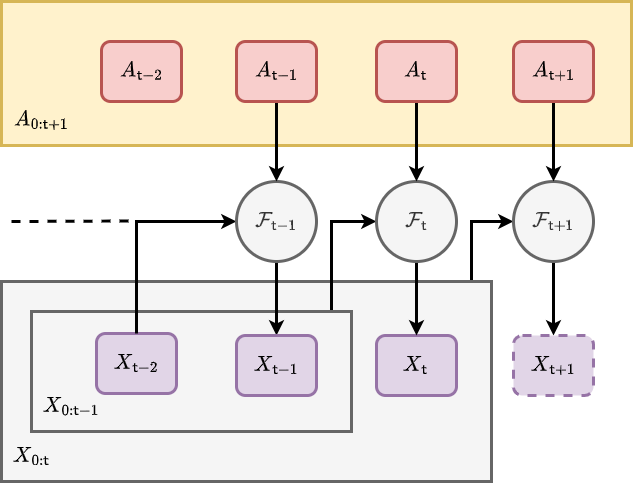
Earlier version of the draw.io export images/chapter-9-fundamental-loop-with-actions.drawio.png (umbralcalc/worlds-of-observation). Source tidied: cells renumbered, new cells last; positions are measured from the earlier drawing's top-left corner, leaving out a move shared by most shapes. Its diagram source:
```xml
<mxGraphModel math="1">
  <root>
    <mxCell id="0" />
    <mxCell id="1" parent="0" />
    <mxCell id="2" style="edgeStyle=orthogonalEdgeStyle;rounded=0;jettySize=auto;html=1;entryX=0;entryY=0.5;entryDx=0;entryDy=0;strokeWidth=3;" parent="1" edge="1" source="3" target="7">
      <mxGeometry relative="1" as="geometry">
        <Array as="points">
          <mxPoint x="470" y="220" />
        </Array>
      </mxGeometry>
    </mxCell>
    <mxCell id="3" style="rounded=0;whiteSpace=wrap;html=1;strokeWidth=3;fontSize=18;fillColor=#f5f5f5;strokeColor=#666666;fontColor=#333333;" parent="1" vertex="1">
      <mxGeometry y="280" width="490" height="200" as="geometry" />
    </mxCell>
    <mxCell id="4" style="edgeStyle=orthogonalEdgeStyle;rounded=0;jettySize=auto;html=1;entryX=0;entryY=0.5;entryDx=0;entryDy=0;strokeWidth=3;" parent="1" edge="1" source="5" target="18">
      <mxGeometry relative="1" as="geometry">
        <Array as="points">
          <mxPoint x="330" y="220" />
        </Array>
      </mxGeometry>
    </mxCell>
    <mxCell id="5" style="rounded=0;whiteSpace=wrap;html=1;strokeWidth=3;fontSize=18;fillColor=#f5f5f5;strokeColor=#666666;fontColor=#333333;" parent="1" vertex="1">
      <mxGeometry x="30" y="310" width="320" height="120" as="geometry" />
    </mxCell>
    <mxCell id="6" style="edgeStyle=orthogonalEdgeStyle;rounded=0;jettySize=auto;html=1;entryX=0.5;entryY=0;entryDx=0;entryDy=0;fontSize=18;strokeWidth=3;" parent="1" edge="1" source="7" target="10">
      <mxGeometry relative="1" as="geometry" />
    </mxCell>
    <mxCell id="7" value="&lt;font style=&quot;font-size: 18px;&quot;&gt;$${\cal F}_{{\sf t}+1}$$&lt;/font&gt;" style="ellipse;whiteSpace=wrap;html=1;fillColor=#f5f5f5;fontColor=#333333;strokeColor=#666666;strokeWidth=3;" parent="1" vertex="1">
      <mxGeometry x="512" y="180" width="80" height="80" as="geometry" />
    </mxCell>
    <mxCell id="8" value="$$X_{{\sf t}-2}$$" style="rounded=1;whiteSpace=wrap;html=1;strokeWidth=3;fontSize=18;fillColor=#e1d5e7;strokeColor=#9673a6;" parent="1" vertex="1">
      <mxGeometry x="95" y="332" width="80" height="60" as="geometry" />
    </mxCell>
    <mxCell id="9" value="$$X_{{\sf t}}$$" style="rounded=1;whiteSpace=wrap;html=1;strokeWidth=3;fontSize=18;fillColor=#e1d5e7;strokeColor=#9673a6;" parent="1" vertex="1">
      <mxGeometry x="375" y="334" width="80" height="60" as="geometry" />
    </mxCell>
    <mxCell id="10" value="$$X_{{\sf t}+1}$$" style="rounded=1;whiteSpace=wrap;html=1;strokeWidth=3;fontSize=18;fillColor=#e1d5e7;strokeColor=#9673a6;dashed=1;" parent="1" vertex="1">
      <mxGeometry x="512" y="334" width="80" height="60" as="geometry" />
    </mxCell>
    <mxCell id="11" style="endArrow=none;html=1;rounded=0;strokeWidth=3;fontSize=18;dashed=1;" parent="1" edge="1">
      <mxGeometry relative="1" as="geometry">
        <mxPoint x="10" y="220" as="sourcePoint" />
        <mxPoint x="130" y="219.5" as="targetPoint" />
      </mxGeometry>
    </mxCell>
    <mxCell id="12" value="$$X_{0:{\sf t}-1}$$" style="text;html=1;strokeColor=none;fillColor=none;align=center;verticalAlign=middle;whiteSpace=wrap;rounded=0;fontSize=18;" parent="1" vertex="1">
      <mxGeometry x="40" y="390" width="60" height="30" as="geometry" />
    </mxCell>
    <mxCell id="13" style="rounded=0;whiteSpace=wrap;html=1;strokeWidth=3;fontSize=18;fillColor=#fff2cc;strokeColor=#d6b656;" parent="1" vertex="1">
      <mxGeometry width="630" height="144" as="geometry" />
    </mxCell>
    <mxCell id="14" value="$$A_{0:{\sf t}+1}$$" style="text;html=1;strokeColor=none;fillColor=none;align=center;verticalAlign=middle;whiteSpace=wrap;rounded=0;fontSize=18;" parent="1" vertex="1">
      <mxGeometry x="10" y="104" width="60" height="30" as="geometry" />
    </mxCell>
    <mxCell id="15" style="edgeStyle=orthogonalEdgeStyle;rounded=0;jettySize=auto;html=1;entryX=0.5;entryY=0;entryDx=0;entryDy=0;strokeWidth=3;" parent="1" edge="1" source="16" target="7">
      <mxGeometry relative="1" as="geometry" />
    </mxCell>
    <mxCell id="16" value="$$A_{{\sf t}+1}$$" style="rounded=1;whiteSpace=wrap;html=1;strokeWidth=3;fontSize=18;fillColor=#f8cecc;strokeColor=#b85450;" parent="1" vertex="1">
      <mxGeometry x="512" y="40" width="80" height="60" as="geometry" />
    </mxCell>
    <mxCell id="17" style="edgeStyle=orthogonalEdgeStyle;rounded=0;jettySize=auto;html=1;entryX=0.5;entryY=0;entryDx=0;entryDy=0;strokeWidth=3;" parent="1" edge="1" source="18" target="9">
      <mxGeometry relative="1" as="geometry" />
    </mxCell>
    <mxCell id="18" value="&lt;font style=&quot;font-size: 18px;&quot;&gt;$${\cal F}_{{\sf t}}$$&lt;/font&gt;" style="ellipse;whiteSpace=wrap;html=1;fillColor=#f5f5f5;fontColor=#333333;strokeColor=#666666;strokeWidth=3;" parent="1" vertex="1">
      <mxGeometry x="375" y="180" width="80" height="80" as="geometry" />
    </mxCell>
    <mxCell id="19" style="edgeStyle=orthogonalEdgeStyle;rounded=0;jettySize=auto;html=1;entryX=0;entryY=0.5;entryDx=0;entryDy=0;strokeWidth=3;fontSize=18;exitX=0.5;exitY=0;exitDx=0;exitDy=0;" parent="1" edge="1" source="8" target="21">
      <mxGeometry relative="1" as="geometry" />
    </mxCell>
    <mxCell id="20" style="edgeStyle=orthogonalEdgeStyle;rounded=0;jettySize=auto;html=1;strokeWidth=3;" parent="1" edge="1" source="21" target="22">
      <mxGeometry relative="1" as="geometry" />
    </mxCell>
    <mxCell id="21" value="&lt;font style=&quot;font-size: 18px;&quot;&gt;$${\cal F}_{{\sf t}-1}$$&lt;/font&gt;" style="ellipse;whiteSpace=wrap;html=1;fillColor=#f5f5f5;fontColor=#333333;strokeColor=#666666;strokeWidth=3;" parent="1" vertex="1">
      <mxGeometry x="235" y="180" width="80" height="80" as="geometry" />
    </mxCell>
    <mxCell id="22" value="$$X_{{\sf t}-1}$$" style="rounded=1;whiteSpace=wrap;html=1;strokeWidth=3;fontSize=18;fillColor=#e1d5e7;strokeColor=#9673a6;" parent="1" vertex="1">
      <mxGeometry x="235" y="334" width="80" height="60" as="geometry" />
    </mxCell>
    <mxCell id="23" style="edgeStyle=orthogonalEdgeStyle;rounded=0;jettySize=auto;html=1;entryX=0.5;entryY=0;entryDx=0;entryDy=0;strokeWidth=3;" parent="1" edge="1" source="24" target="18">
      <mxGeometry relative="1" as="geometry" />
    </mxCell>
    <mxCell id="24" value="$$A_{{\sf t}}$$" style="rounded=1;whiteSpace=wrap;html=1;strokeWidth=3;fontSize=18;fillColor=#f8cecc;strokeColor=#b85450;" parent="1" vertex="1">
      <mxGeometry x="375" y="40" width="80" height="60" as="geometry" />
    </mxCell>
    <mxCell id="25" style="edgeStyle=orthogonalEdgeStyle;rounded=0;jettySize=auto;html=1;entryX=0.5;entryY=0;entryDx=0;entryDy=0;strokeWidth=3;" parent="1" edge="1" source="26" target="21">
      <mxGeometry relative="1" as="geometry" />
    </mxCell>
    <mxCell id="26" value="$$A_{{\sf t}-1}$$" style="rounded=1;whiteSpace=wrap;html=1;strokeWidth=3;fontSize=18;fillColor=#f8cecc;strokeColor=#b85450;" parent="1" vertex="1">
      <mxGeometry x="235" y="40" width="80" height="60" as="geometry" />
    </mxCell>
    <mxCell id="27" value="$$A_{{\sf t}-2}$$" style="rounded=1;whiteSpace=wrap;html=1;strokeWidth=3;fontSize=18;fillColor=#f8cecc;strokeColor=#b85450;" parent="1" vertex="1">
      <mxGeometry x="100" y="40" width="80" height="60" as="geometry" />
    </mxCell>
    <mxCell id="28" value="$$X_{0:{\sf t}}$$" style="text;html=1;strokeColor=none;fillColor=none;align=center;verticalAlign=middle;whiteSpace=wrap;rounded=0;fontSize=18;" parent="1" vertex="1">
      <mxGeometry y="440" width="60" height="30" as="geometry" />
    </mxCell>
  </root>
</mxGraphModel>
```
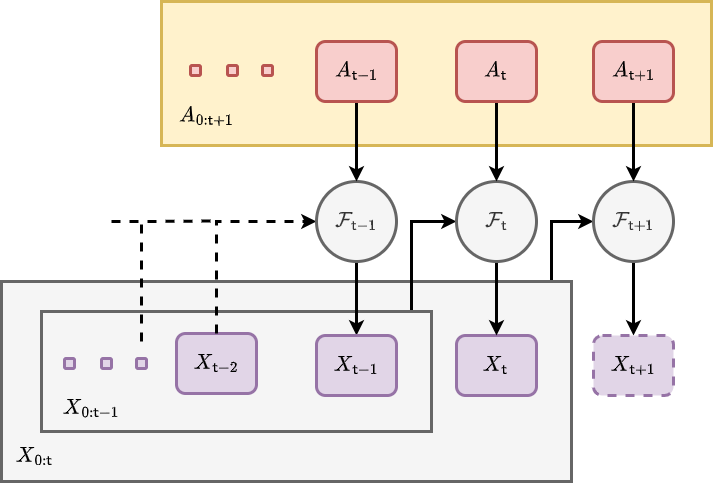
Above is the later version.

Change to the diagram source:
```diff
@@ -10,7 +10,7 @@
       </mxGeometry>
     </mxCell>
     <mxCell id="3" style="rounded=0;whiteSpace=wrap;html=1;strokeWidth=3;fontSize=18;fillColor=#f5f5f5;strokeColor=#666666;fontColor=#333333;" parent="1" vertex="1">
-      <mxGeometry y="280" width="490" height="200" as="geometry" />
+      <mxGeometry x="-80" y="280" width="570" height="200" as="geometry" />
     </mxCell>
     <mxCell id="4" style="edgeStyle=orthogonalEdgeStyle;rounded=0;jettySize=auto;html=1;entryX=0;entryY=0.5;entryDx=0;entryDy=0;strokeWidth=3;" parent="1" edge="1" source="5" target="18">
       <mxGeometry relative="1" as="geometry">
@@ -20,7 +20,7 @@
       </mxGeometry>
     </mxCell>
     <mxCell id="5" style="rounded=0;whiteSpace=wrap;html=1;strokeWidth=3;fontSize=18;fillColor=#f5f5f5;strokeColor=#666666;fontColor=#333333;" parent="1" vertex="1">
-      <mxGeometry x="30" y="310" width="320" height="120" as="geometry" />
+      <mxGeometry x="-40" y="310" width="390" height="120" as="geometry" />
     </mxCell>
     <mxCell id="6" style="edgeStyle=orthogonalEdgeStyle;rounded=0;jettySize=auto;html=1;entryX=0.5;entryY=0;entryDx=0;entryDy=0;fontSize=18;strokeWidth=3;" parent="1" edge="1" source="7" target="10">
       <mxGeometry relative="1" as="geometry" />
@@ -39,18 +39,21 @@
     </mxCell>
     <mxCell id="11" style="endArrow=none;html=1;rounded=0;strokeWidth=3;fontSize=18;dashed=1;" parent="1" edge="1">
       <mxGeometry relative="1" as="geometry">
-        <mxPoint x="10" y="220" as="sourcePoint" />
+        <mxPoint x="60" y="340" as="sourcePoint" />
         <mxPoint x="130" y="219.5" as="targetPoint" />
+        <Array as="points">
+          <mxPoint x="60" y="220" />
+        </Array>
       </mxGeometry>
     </mxCell>
     <mxCell id="12" value="$$X_{0:{\sf t}-1}$$" style="text;html=1;strokeColor=none;fillColor=none;align=center;verticalAlign=middle;whiteSpace=wrap;rounded=0;fontSize=18;" parent="1" vertex="1">
-      <mxGeometry x="40" y="390" width="60" height="30" as="geometry" />
+      <mxGeometry x="-20" y="392" width="60" height="30" as="geometry" />
     </mxCell>
     <mxCell id="13" style="rounded=0;whiteSpace=wrap;html=1;strokeWidth=3;fontSize=18;fillColor=#fff2cc;strokeColor=#d6b656;" parent="1" vertex="1">
-      <mxGeometry width="630" height="144" as="geometry" />
+      <mxGeometry x="80" width="550" height="144" as="geometry" />
     </mxCell>
     <mxCell id="14" value="$$A_{0:{\sf t}+1}$$" style="text;html=1;strokeColor=none;fillColor=none;align=center;verticalAlign=middle;whiteSpace=wrap;rounded=0;fontSize=18;" parent="1" vertex="1">
-      <mxGeometry x="10" y="104" width="60" height="30" as="geometry" />
+      <mxGeometry x="95" y="100" width="60" height="30" as="geometry" />
     </mxCell>
     <mxCell id="15" style="edgeStyle=orthogonalEdgeStyle;rounded=0;jettySize=auto;html=1;entryX=0.5;entryY=0;entryDx=0;entryDy=0;strokeWidth=3;" parent="1" edge="1" source="16" target="7">
       <mxGeometry relative="1" as="geometry" />
@@ -64,7 +67,7 @@
     <mxCell id="18" value="&lt;font style=&quot;font-size: 18px;&quot;&gt;$${\cal F}_{{\sf t}}$$&lt;/font&gt;" style="ellipse;whiteSpace=wrap;html=1;fillColor=#f5f5f5;fontColor=#333333;strokeColor=#666666;strokeWidth=3;" parent="1" vertex="1">
       <mxGeometry x="375" y="180" width="80" height="80" as="geometry" />
     </mxCell>
-    <mxCell id="19" style="edgeStyle=orthogonalEdgeStyle;rounded=0;jettySize=auto;html=1;entryX=0;entryY=0.5;entryDx=0;entryDy=0;strokeWidth=3;fontSize=18;exitX=0.5;exitY=0;exitDx=0;exitDy=0;" parent="1" edge="1" source="8" target="21">
+    <mxCell id="19" style="edgeStyle=orthogonalEdgeStyle;rounded=0;jettySize=auto;html=1;entryX=0;entryY=0.5;entryDx=0;entryDy=0;strokeWidth=3;fontSize=18;exitX=0.5;exitY=0;exitDx=0;exitDy=0;dashed=1;" parent="1" edge="1" source="8" target="21">
       <mxGeometry relative="1" as="geometry" />
     </mxCell>
     <mxCell id="20" style="edgeStyle=orthogonalEdgeStyle;rounded=0;jettySize=auto;html=1;strokeWidth=3;" parent="1" edge="1" source="21" target="22">
@@ -88,11 +91,32 @@
     <mxCell id="26" value="$$A_{{\sf t}-1}$$" style="rounded=1;whiteSpace=wrap;html=1;strokeWidth=3;fontSize=18;fillColor=#f8cecc;strokeColor=#b85450;" parent="1" vertex="1">
       <mxGeometry x="235" y="40" width="80" height="60" as="geometry" />
     </mxCell>
-    <mxCell id="27" value="$$A_{{\sf t}-2}$$" style="rounded=1;whiteSpace=wrap;html=1;strokeWidth=3;fontSize=18;fillColor=#f8cecc;strokeColor=#b85450;" parent="1" vertex="1">
-      <mxGeometry x="100" y="40" width="80" height="60" as="geometry" />
+    <mxCell id="27" style="rounded=1;whiteSpace=wrap;html=1;strokeWidth=3;fontSize=18;fillColor=#f8cecc;strokeColor=#b85450;" parent="1" vertex="1">
+      <mxGeometry x="181" y="64" width="10" height="10" as="geometry" />
     </mxCell>
     <mxCell id="28" value="$$X_{0:{\sf t}}$$" style="text;html=1;strokeColor=none;fillColor=none;align=center;verticalAlign=middle;whiteSpace=wrap;rounded=0;fontSize=18;" parent="1" vertex="1">
-      <mxGeometry y="440" width="60" height="30" as="geometry" />
+      <mxGeometry x="-77" y="440" width="60" height="30" as="geometry" />
     </mxCell>
+    <mxCell id="29" style="rounded=1;whiteSpace=wrap;html=1;strokeWidth=3;fontSize=18;fillColor=#f8cecc;strokeColor=#b85450;" parent="1" vertex="1">
+      <mxGeometry x="146" y="64" width="10" height="10" as="geometry" />
+    </mxCell>
+    <mxCell id="30" style="rounded=1;whiteSpace=wrap;html=1;strokeWidth=3;fontSize=18;fillColor=#f8cecc;strokeColor=#b85450;" parent="1" vertex="1">
+      <mxGeometry x="109" y="64" width="10" height="10" as="geometry" />
+    </mxCell>
+    <mxCell id="31" style="rounded=1;whiteSpace=wrap;html=1;strokeWidth=3;fontSize=18;fillColor=#e1d5e7;strokeColor=#9673a6;" parent="1" vertex="1">
+      <mxGeometry x="55" y="357" width="10" height="10" as="geometry" />
+    </mxCell>
+    <mxCell id="32" style="rounded=1;whiteSpace=wrap;html=1;strokeWidth=3;fontSize=18;fillColor=#e1d5e7;strokeColor=#9673a6;" parent="1" vertex="1">
+      <mxGeometry x="20" y="357" width="10" height="10" as="geometry" />
+    </mxCell>
+    <mxCell id="33" style="rounded=1;whiteSpace=wrap;html=1;strokeWidth=3;fontSize=18;fillColor=#e1d5e7;strokeColor=#9673a6;" parent="1" vertex="1">
+      <mxGeometry x="-17" y="357" width="10" height="10" as="geometry" />
+    </mxCell>
+    <mxCell id="34" style="endArrow=none;html=1;rounded=0;strokeWidth=3;fontSize=18;dashed=1;" parent="1" edge="1">
+      <mxGeometry relative="1" as="geometry">
+        <mxPoint x="30" y="220" as="sourcePoint" />
+        <mxPoint x="60" y="220" as="targetPoint" />
+      </mxGeometry>
+    </mxCell>
   </root>
 </mxGraphModel>
```
